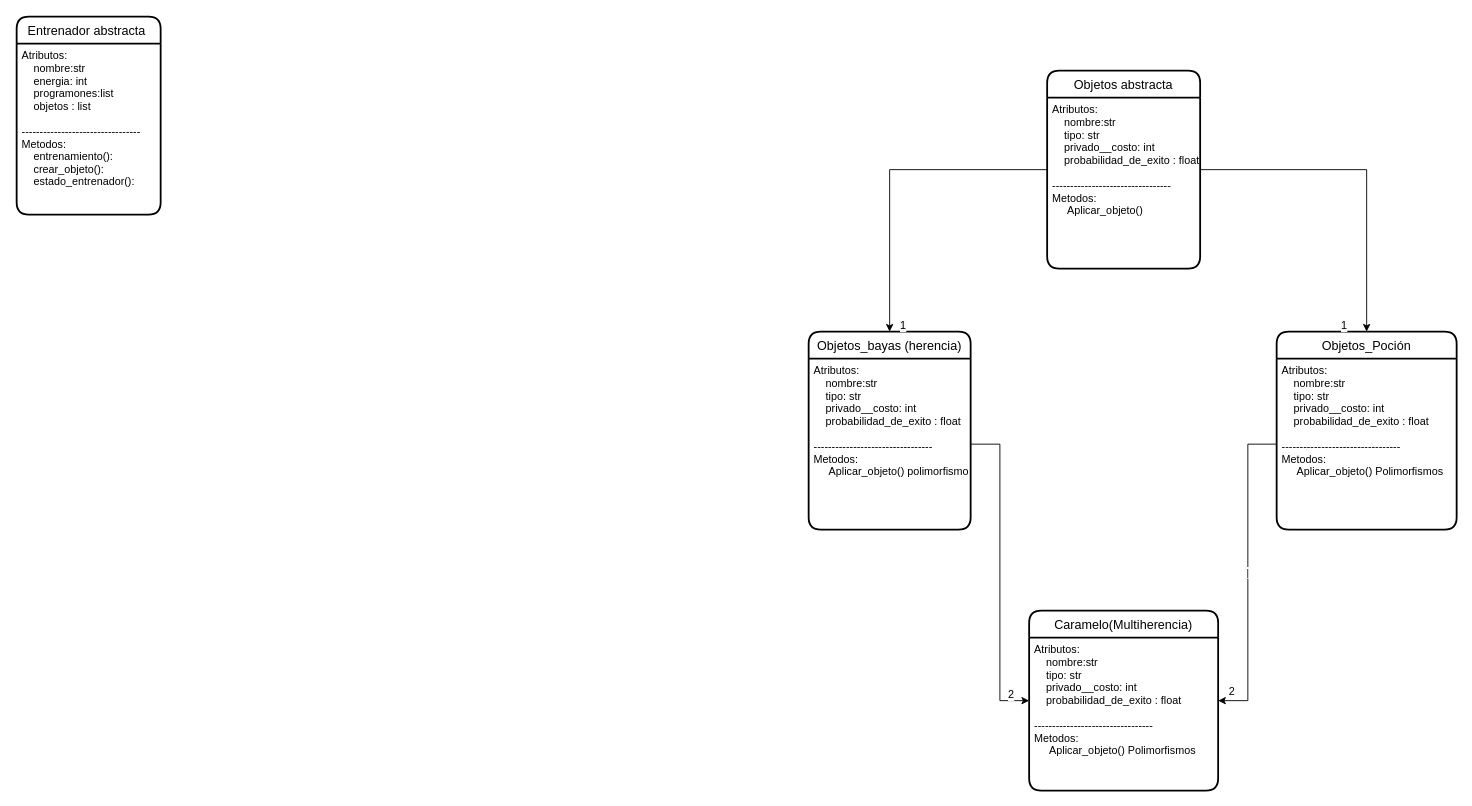
Mardones567/Syllabus keeps this draw.io diagram as Diagrama sin título.drawio. Above is the earlier version. Source tidied: cells renumbered, new cells numbered last; positions are measured from the earlier drawing's top-left corner, leaving out a move shared by most shapes. Both pictures are drawn from the tidied source at 90%, with x=0, y=0 at pixel (16, 16).
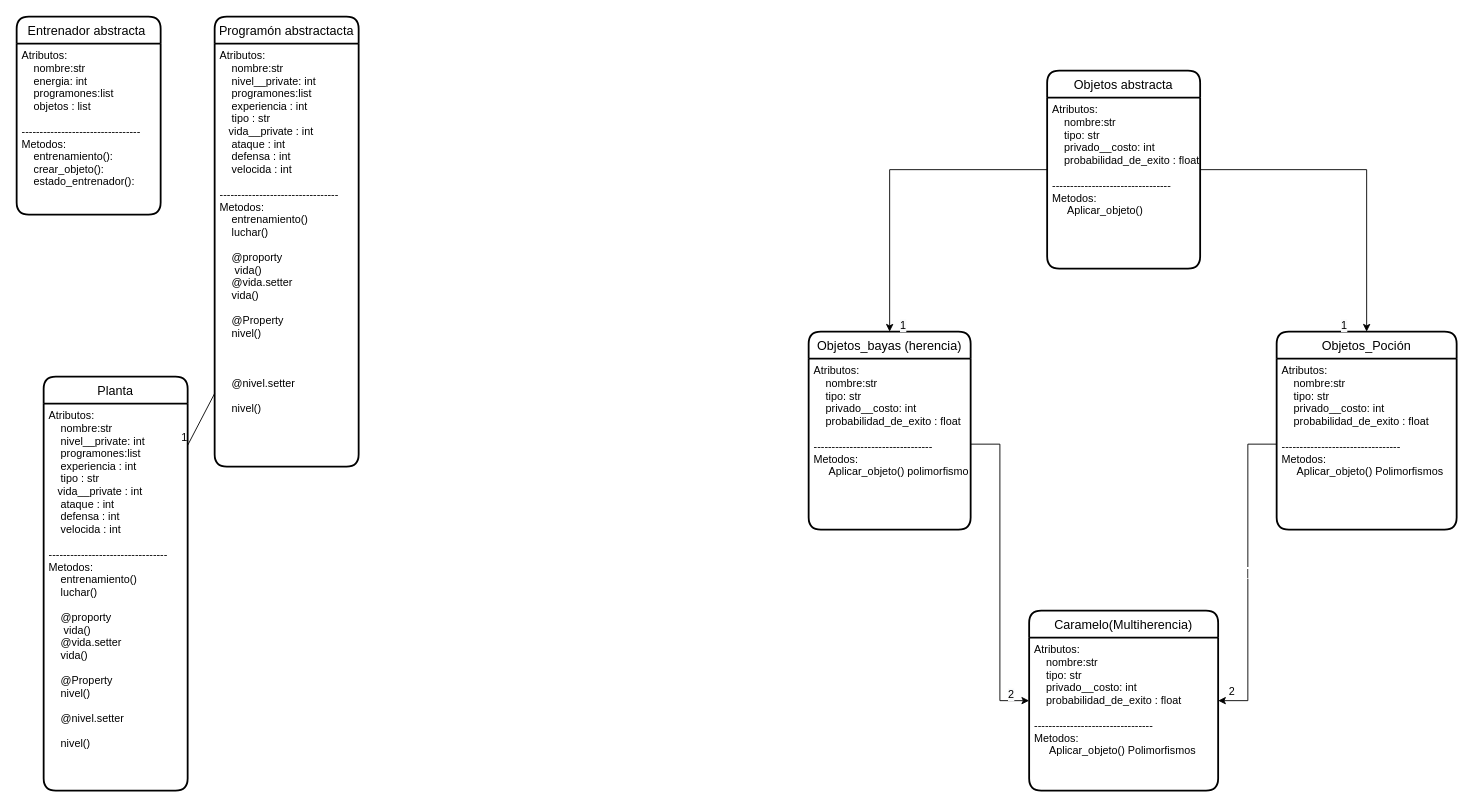
The same diagram, later.

Commit message:
Diagrama de clase t1

Change to the diagram source:
```diff
@@
+    <mxCell id="20" value="Programón abstractacta" style="swimlane;horizontal=1;startSize=30;rounded=1;fontSize=14;fontStyle=0;strokeWidth=2;shadow=0;dashed=0;align=center;" parent="1" vertex="1">
+      <mxGeometry x="220" width="160" height="500" as="geometry" />
+    </mxCell>
+    <mxCell id="21" value="Atributos:&#10;    nombre:str&#10;    nivel__private: int&#10;    programones:list&#10;    experiencia : int&#10;    tipo : str&#10;   vida__private : int&#10;    ataque : int&#10;    defensa : int&#10;    velocida : int&#10;&#10;---------------------------------&#10;Metodos:&#10;    entrenamiento()&#10;    luchar()&#10;    &#10;    @proporty&#10;     vida()&#10;    @vida.setter&#10;    vida()&#10;&#10;    @Property&#10;    nivel()&#10;&#10;    &#10;&#10;    @nivel.setter&#10;&#10;    nivel()&#10;" style="text;strokeColor=none;fillColor=none;spacingLeft=4;spacingRight=4;overflow=hidden;points=[[0,0.5],[1,0.5]];portConstraint=eastwest;fontSize=12;" parent="20" vertex="1">
+      <mxGeometry y="30" width="160" height="470" as="geometry" />
+    </mxCell>
+    <mxCell id="22" style="endArrow=none;html=1;rounded=0;" parent="1" edge="1" source="21" target="24">
+      <mxGeometry relative="1" as="geometry" />
+    </mxCell>
+    <mxCell id="23" value="1" style="html=1;align=right;verticalAlign=bottom;" parent="22" vertex="1">
+      <mxGeometry x="1" relative="1" as="geometry" />
+    </mxCell>
+    <mxCell id="24" value="Planta" style="swimlane;horizontal=1;startSize=30;rounded=1;fontSize=14;fontStyle=0;strokeWidth=2;shadow=0;dashed=0;align=center;" parent="1" vertex="1">
+      <mxGeometry x="30" y="400" width="160" height="460" as="geometry" />
+    </mxCell>
+    <mxCell id="25" value="Atributos:&#10;    nombre:str&#10;    nivel__private: int&#10;    programones:list&#10;    experiencia : int&#10;    tipo : str&#10;   vida__private : int&#10;    ataque : int&#10;    defensa : int&#10;    velocida : int&#10;&#10;---------------------------------&#10;Metodos:&#10;    entrenamiento()&#10;    luchar()&#10;    &#10;    @proporty&#10;     vida()&#10;    @vida.setter&#10;    vida()&#10;&#10;    @Property&#10;    nivel()&#10;&#10;    @nivel.setter&#10;&#10;    nivel()&#10;" style="align=left;strokeColor=none;fillColor=none;spacingLeft=4;fontSize=12;verticalAlign=top;" parent="24" vertex="1">
+      <mxGeometry y="30" width="160" height="430" as="geometry" />
+    </mxCell>
```
